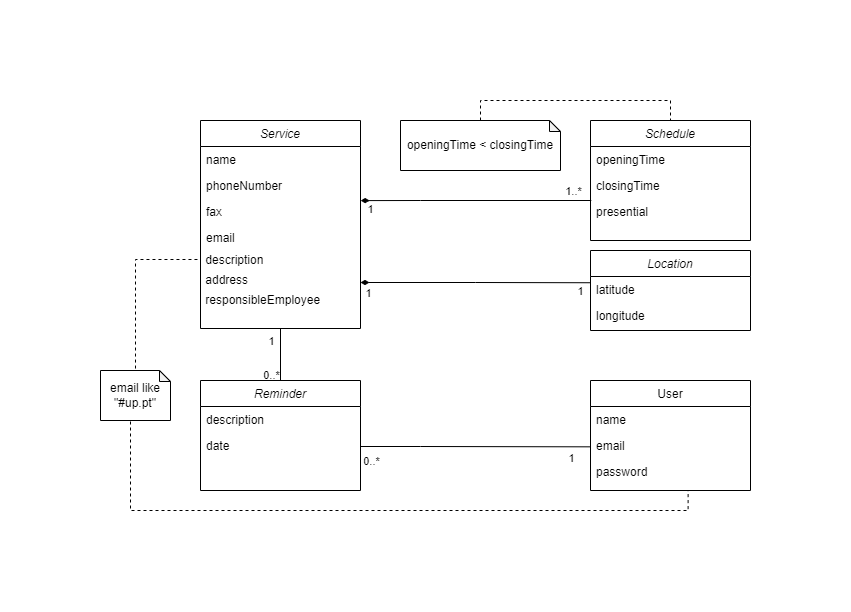
Above: images/esof_domain_model.png in LEIC-ES-2021-22/3LEIC06T1 (draw.io), before the change. Source tidied: cells renumbered, new cells last; positions are measured from the earlier drawing's top-left corner, leaving out a move shared by most shapes.
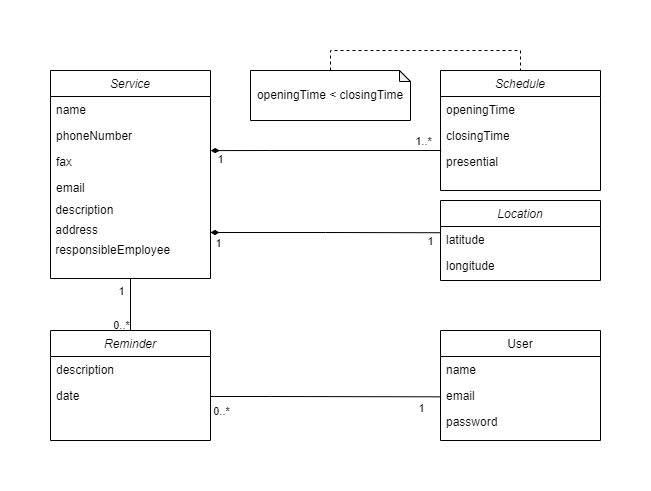
Later version of the same file.

Commit message:
Domain modal img change

What changed in the source:
```diff
@@ -134,22 +134,6 @@
         <mxPoint y="15" as="offset" />
       </mxGeometry>
     </mxCell>
-    <mxCell id="36" style="edgeStyle=orthogonalEdgeStyle;rounded=0;jettySize=auto;html=1;dashed=1;startArrow=none;startFill=0;endArrow=none;endFill=0;exitX=0.5;exitY=1;exitDx=0;exitDy=0;exitPerimeter=0;" parent="1" edge="1" source="37">
-      <mxGeometry relative="1" as="geometry">
-        <mxPoint x="587.6" y="390" as="targetPoint" />
-        <Array as="points">
-          <mxPoint x="30" y="320" />
-          <mxPoint x="30" y="410" />
-          <mxPoint x="588" y="410" />
-        </Array>
-      </mxGeometry>
-    </mxCell>
-    <mxCell id="37" value="email like &quot;#up.pt&quot;" style="shape=note;whiteSpace=wrap;html=1;backgroundOutline=1;darkOpacity=0.05;verticalAlign=middle;size=11;" parent="1" vertex="1">
-      <mxGeometry y="270" width="70" height="50" as="geometry" />
-    </mxCell>
-    <mxCell id="38" style="edgeStyle=orthogonalEdgeStyle;rounded=0;jettySize=auto;html=1;exitX=-0.019;exitY=0.45;exitDx=0;exitDy=0;entryX=0.5;entryY=0;entryDx=0;entryDy=0;entryPerimeter=0;dashed=1;startArrow=none;startFill=0;endArrow=none;endFill=0;exitPerimeter=0;" parent="1" edge="1" source="10" target="37">
-      <mxGeometry relative="1" as="geometry" />
-    </mxCell>
     <mxCell id="39" style="edgeStyle=orthogonalEdgeStyle;rounded=0;jettySize=auto;html=1;entryX=0.5;entryY=0;entryDx=0;entryDy=0;dashed=1;startArrow=none;startFill=0;endArrow=none;endFill=0;exitX=0.5;exitY=0;exitDx=0;exitDy=0;exitPerimeter=0;" parent="1" edge="1" source="40" target="26">
       <mxGeometry relative="1" as="geometry">
         <Array as="points">
```
